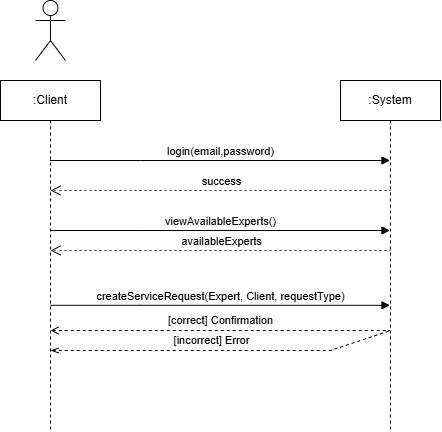
This is artifacts/SystemSequenceDiagrams/requestService/serviceRequestSSD.png from benjaminsunliu/chillmates-soen-342, a draw.io export, as it was before one commit. Source tidied: cells renumbered, new cells last; positions are measured from the earlier drawing's top-left corner, leaving out a move shared by most shapes. Its diagram source:
```xml
<mxGraphModel>
  <root>
    <mxCell id="0" />
    <mxCell id="1" parent="0" />
    <mxCell id="2" value=":Client" style="shape=umlLifeline;perimeter=lifelinePerimeter;whiteSpace=wrap;html=1;outlineConnect=0;portConstraint=eastwest;newEdgeStyle={&quot;edgeStyle&quot;:&quot;elbowEdgeStyle&quot;,&quot;elbow&quot;:&quot;vertical&quot;,&quot;curved&quot;:0,&quot;rounded&quot;:0};" parent="1" vertex="1">
      <mxGeometry y="80" width="100" height="350" as="geometry" />
    </mxCell>
    <mxCell id="3" value=":System" style="shape=umlLifeline;perimeter=lifelinePerimeter;whiteSpace=wrap;html=1;outlineConnect=0;portConstraint=eastwest;newEdgeStyle={&quot;edgeStyle&quot;:&quot;elbowEdgeStyle&quot;,&quot;elbow&quot;:&quot;vertical&quot;,&quot;curved&quot;:0,&quot;rounded&quot;:0};" parent="1" vertex="1">
      <mxGeometry x="340" y="80" width="100" height="350" as="geometry" />
    </mxCell>
    <mxCell id="4" value="login(email,password)" style="html=1;verticalAlign=bottom;endArrow=block;edgeStyle=elbowEdgeStyle;elbow=vertical;curved=0;rounded=0;" parent="1" edge="1" source="2" target="3">
      <mxGeometry relative="1" as="geometry">
        <Array as="points">
          <mxPoint x="140" y="160" />
        </Array>
      </mxGeometry>
    </mxCell>
    <mxCell id="5" style="shape=umlActor;verticalLabelPosition=bottom;verticalAlign=top;html=1;" parent="1" vertex="1">
      <mxGeometry x="35" width="30" height="60" as="geometry" />
    </mxCell>
    <mxCell id="6" value="success" style="html=1;verticalAlign=bottom;endArrow=open;endSize=8;edgeStyle=elbowEdgeStyle;elbow=vertical;curved=0;rounded=0;dashed=1;dashPattern=1 4;" parent="1" edge="1">
      <mxGeometry x="0.49" relative="1" as="geometry">
        <mxPoint x="60" y="190" as="sourcePoint" />
        <mxPoint x="50" y="190" as="targetPoint" />
        <Array as="points">
          <mxPoint x="390" y="190" />
        </Array>
      </mxGeometry>
    </mxCell>
    <mxCell id="7" value="viewAvailableExperts()" style="html=1;verticalAlign=bottom;endArrow=block;edgeStyle=elbowEdgeStyle;elbow=vertical;curved=0;rounded=0;" parent="1" edge="1" target="3">
      <mxGeometry relative="1" as="geometry">
        <mxPoint x="50" y="230" as="sourcePoint" />
        <Array as="points">
          <mxPoint x="140" y="230" />
        </Array>
      </mxGeometry>
    </mxCell>
    <mxCell id="8" value="availableExperts" style="html=1;verticalAlign=bottom;endArrow=open;dashed=1;endSize=8;edgeStyle=elbowEdgeStyle;elbow=vertical;curved=0;rounded=0;dashPattern=1 4;" parent="1" edge="1">
      <mxGeometry x="0.49" relative="1" as="geometry">
        <mxPoint x="59.9" y="250" as="sourcePoint" />
        <mxPoint x="50" y="250" as="targetPoint" />
        <Array as="points">
          <mxPoint x="390" y="250" />
        </Array>
      </mxGeometry>
    </mxCell>
    <mxCell id="9" value="createServiceRequest(Expert, Client, requestType)" style="html=1;verticalAlign=bottom;endArrow=block;edgeStyle=elbowEdgeStyle;elbow=vertical;curved=0;rounded=0;" parent="1" edge="1" target="3">
      <mxGeometry relative="1" as="geometry">
        <mxPoint x="50" y="304.8" as="sourcePoint" />
        <Array as="points">
          <mxPoint x="140" y="304.8" />
        </Array>
      </mxGeometry>
    </mxCell>
    <mxCell id="10" value="[correct] Confirmation" style="endArrow=none;dashed=1;html=1;rounded=0;startArrow=open;startFill=0;" parent="1" edge="1">
      <mxGeometry y="10" relative="1" as="geometry">
        <mxPoint x="50" y="330" as="sourcePoint" />
        <mxPoint x="389.5" y="330" as="targetPoint" />
      </mxGeometry>
    </mxCell>
    <mxCell id="11" style="endArrow=none;dashed=1;html=1;rounded=0;startArrow=openThin;startFill=0;" parent="1" edge="1">
      <mxGeometry relative="1" as="geometry">
        <mxPoint x="50" y="350" as="sourcePoint" />
        <mxPoint x="390" y="330" as="targetPoint" />
        <Array as="points">
          <mxPoint x="330" y="350" />
        </Array>
      </mxGeometry>
    </mxCell>
    <mxCell id="12" value="[incorrect] Error" style="edgeLabel;html=1;align=center;verticalAlign=middle;" parent="11" vertex="1">
      <mxGeometry x="-0.04" y="1" relative="1" as="geometry">
        <mxPoint x="-5" y="-9" as="offset" />
      </mxGeometry>
    </mxCell>
  </root>
</mxGraphModel>
```
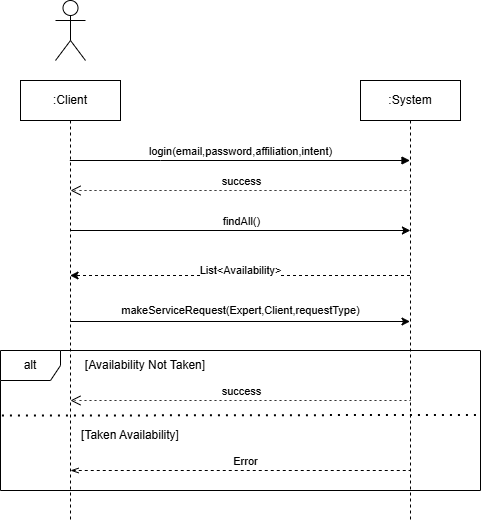
After the change.

The edit, as a diff of the source:
```diff
@@ -3,21 +3,21 @@
     <mxCell id="0" />
     <mxCell id="1" parent="0" />
     <mxCell id="2" value=":Client" style="shape=umlLifeline;perimeter=lifelinePerimeter;whiteSpace=wrap;html=1;outlineConnect=0;portConstraint=eastwest;newEdgeStyle={&quot;edgeStyle&quot;:&quot;elbowEdgeStyle&quot;,&quot;elbow&quot;:&quot;vertical&quot;,&quot;curved&quot;:0,&quot;rounded&quot;:0};" parent="1" vertex="1">
-      <mxGeometry y="80" width="100" height="350" as="geometry" />
+      <mxGeometry y="80" width="100" height="440" as="geometry" />
     </mxCell>
     <mxCell id="3" value=":System" style="shape=umlLifeline;perimeter=lifelinePerimeter;whiteSpace=wrap;html=1;outlineConnect=0;portConstraint=eastwest;newEdgeStyle={&quot;edgeStyle&quot;:&quot;elbowEdgeStyle&quot;,&quot;elbow&quot;:&quot;vertical&quot;,&quot;curved&quot;:0,&quot;rounded&quot;:0};" parent="1" vertex="1">
-      <mxGeometry x="340" y="80" width="100" height="350" as="geometry" />
+      <mxGeometry x="340" y="80" width="100" height="440" as="geometry" />
     </mxCell>
-    <mxCell id="4" value="login(email,password)" style="html=1;verticalAlign=bottom;endArrow=block;edgeStyle=elbowEdgeStyle;elbow=vertical;curved=0;rounded=0;" parent="1" edge="1" source="2" target="3">
+    <mxCell id="4" value="login(email,password,affiliation,intent)" style="html=1;verticalAlign=bottom;endArrow=block;edgeStyle=elbowEdgeStyle;elbow=vertical;curved=0;rounded=0;" parent="1" edge="1" source="2" target="3">
       <mxGeometry relative="1" as="geometry">
         <Array as="points">
           <mxPoint x="140" y="160" />
         </Array>
       </mxGeometry>
     </mxCell>
-    <mxCell id="5" style="shape=umlActor;verticalLabelPosition=bottom;verticalAlign=top;html=1;" parent="1" vertex="1">
-      <mxGeometry x="35" width="30" height="60" as="geometry" />
-    </mxCell>
+    <mxCell id="13" style="shape=umlActor;verticalLabelPosition=bottom;verticalAlign=top;html=1;" parent="1" vertex="1">
+      <mxGeometry x="35" width="30" height="60" as="geometry" />
+    </mxCell>
     <mxCell id="6" value="success" style="html=1;verticalAlign=bottom;endArrow=open;endSize=8;edgeStyle=elbowEdgeStyle;elbow=vertical;curved=0;rounded=0;dashed=1;dashPattern=1 4;" parent="1" edge="1">
       <mxGeometry x="0.49" relative="1" as="geometry">
         <mxPoint x="60" y="190" as="sourcePoint" />
@@ -27,50 +27,60 @@
         </Array>
       </mxGeometry>
     </mxCell>
-    <mxCell id="7" value="viewAvailableExperts()" style="html=1;verticalAlign=bottom;endArrow=block;edgeStyle=elbowEdgeStyle;elbow=vertical;curved=0;rounded=0;" parent="1" edge="1" target="3">
-      <mxGeometry relative="1" as="geometry">
-        <mxPoint x="50" y="230" as="sourcePoint" />
-        <Array as="points">
-          <mxPoint x="140" y="230" />
-        </Array>
-      </mxGeometry>
-    </mxCell>
-    <mxCell id="8" value="availableExperts" style="html=1;verticalAlign=bottom;endArrow=open;dashed=1;endSize=8;edgeStyle=elbowEdgeStyle;elbow=vertical;curved=0;rounded=0;dashPattern=1 4;" parent="1" edge="1">
-      <mxGeometry x="0.49" relative="1" as="geometry">
-        <mxPoint x="59.9" y="250" as="sourcePoint" />
-        <mxPoint x="50" y="250" as="targetPoint" />
-        <Array as="points">
-          <mxPoint x="390" y="250" />
-        </Array>
-      </mxGeometry>
-    </mxCell>
-    <mxCell id="9" value="createServiceRequest(Expert, Client, requestType)" style="html=1;verticalAlign=bottom;endArrow=block;edgeStyle=elbowEdgeStyle;elbow=vertical;curved=0;rounded=0;" parent="1" edge="1" target="3">
-      <mxGeometry relative="1" as="geometry">
-        <mxPoint x="50" y="304.8" as="sourcePoint" />
-        <Array as="points">
-          <mxPoint x="140" y="304.8" />
-        </Array>
-      </mxGeometry>
-    </mxCell>
-    <mxCell id="10" value="[correct] Confirmation" style="endArrow=none;dashed=1;html=1;rounded=0;startArrow=open;startFill=0;" parent="1" edge="1">
-      <mxGeometry y="10" relative="1" as="geometry">
-        <mxPoint x="50" y="330" as="sourcePoint" />
-        <mxPoint x="389.5" y="330" as="targetPoint" />
-      </mxGeometry>
-    </mxCell>
-    <mxCell id="11" style="endArrow=none;dashed=1;html=1;rounded=0;startArrow=openThin;startFill=0;" parent="1" edge="1">
-      <mxGeometry relative="1" as="geometry">
-        <mxPoint x="50" y="350" as="sourcePoint" />
-        <mxPoint x="390" y="330" as="targetPoint" />
-        <Array as="points">
-          <mxPoint x="330" y="350" />
-        </Array>
-      </mxGeometry>
-    </mxCell>
-    <mxCell id="12" value="[incorrect] Error" style="edgeLabel;html=1;align=center;verticalAlign=middle;" parent="11" vertex="1">
-      <mxGeometry x="-0.04" y="1" relative="1" as="geometry">
-        <mxPoint x="-5" y="-9" as="offset" />
-      </mxGeometry>
-    </mxCell>
+    <mxCell id="14" value="success" style="html=1;verticalAlign=bottom;endArrow=open;dashed=1;endSize=8;edgeStyle=elbowEdgeStyle;elbow=horizontal;curved=0;rounded=0;dashPattern=1 4;" parent="1" edge="1">
+      <mxGeometry x="0.49" relative="1" as="geometry">
+        <mxPoint x="59.9" y="400" as="sourcePoint" />
+        <mxPoint x="50" y="400" as="targetPoint" />
+        <Array as="points">
+          <mxPoint x="390" y="400" />
+        </Array>
+      </mxGeometry>
+    </mxCell>
+    <mxCell id="15" value="alt" style="shape=umlFrame;whiteSpace=wrap;html=1;" parent="1" vertex="1">
+      <mxGeometry x="-20" y="350" width="480" height="140" as="geometry" />
+    </mxCell>
+    <mxCell id="16" value="[Availability Not Taken]" style="text;html=1;align=center;verticalAlign=middle;whiteSpace=wrap;rounded=0;" parent="1" vertex="1">
+      <mxGeometry x="60" y="350" width="130" height="30" as="geometry" />
+    </mxCell>
+    <mxCell id="17" style="endArrow=none;dashed=1;html=1;dashPattern=1 3;strokeWidth=2;rounded=0;entryX=0.993;entryY=0.46;entryDx=0;entryDy=0;entryPerimeter=0;exitX=0.003;exitY=0.465;exitDx=0;exitDy=0;exitPerimeter=0;" parent="1" edge="1" source="15" target="15">
+      <mxGeometry relative="1" as="geometry" />
+    </mxCell>
+    <mxCell id="18" value="[Taken Availability]" style="text;html=1;align=center;verticalAlign=middle;whiteSpace=wrap;rounded=0;" parent="1" vertex="1">
+      <mxGeometry x="60" y="420" width="100" height="30" as="geometry" />
+    </mxCell>
+    <mxCell id="19" style="endArrow=none;dashed=1;html=1;rounded=0;startArrow=openThin;startFill=0;" parent="1" edge="1">
+      <mxGeometry relative="1" as="geometry">
+        <mxPoint x="50" y="470" as="sourcePoint" />
+        <mxPoint x="389.5" y="470" as="targetPoint" />
+      </mxGeometry>
+    </mxCell>
+    <mxCell id="20" value="Error" style="edgeLabel;html=1;align=center;verticalAlign=middle;" parent="19" vertex="1">
+      <mxGeometry x="0.03" y="-1" relative="1" as="geometry">
+        <mxPoint y="-11" as="offset" />
+      </mxGeometry>
+    </mxCell>
+    <mxCell id="21" style="endArrow=classic;html=1;rounded=0;" parent="1" edge="1">
+      <mxGeometry relative="1" as="geometry">
+        <mxPoint x="50" y="230" as="sourcePoint" />
+        <mxPoint x="389.9" y="230" as="targetPoint" />
+      </mxGeometry>
+    </mxCell>
+    <mxCell id="22" value="findAll()" style="edgeLabel;html=1;align=center;verticalAlign=middle;" parent="21" vertex="1">
+      <mxGeometry x="-0.12" y="-4" relative="1" as="geometry">
+        <mxPoint x="21" y="-14" as="offset" />
+      </mxGeometry>
+    </mxCell>
+    <mxCell id="23" value="List&amp;lt;Availability&amp;gt;" style="endArrow=classic;html=1;rounded=0;dashed=1;" parent="1" edge="1">
+      <mxGeometry y="-5" relative="1" as="geometry">
+        <mxPoint x="389.5" y="275" as="sourcePoint" />
+        <mxPoint x="49.5" y="275" as="targetPoint" />
+      </mxGeometry>
+    </mxCell>
+    <mxCell id="24" value="makeServiceRequest(Expert,Client,requestType)" style="endArrow=classic;html=1;rounded=0;" parent="1" edge="1">
+      <mxGeometry y="11" relative="1" as="geometry">
+        <mxPoint x="49.8" y="321" as="sourcePoint" />
+        <mxPoint x="389.5" y="321" as="targetPoint" />
+      </mxGeometry>
+    </mxCell>
   </root>
 </mxGraphModel>
```
